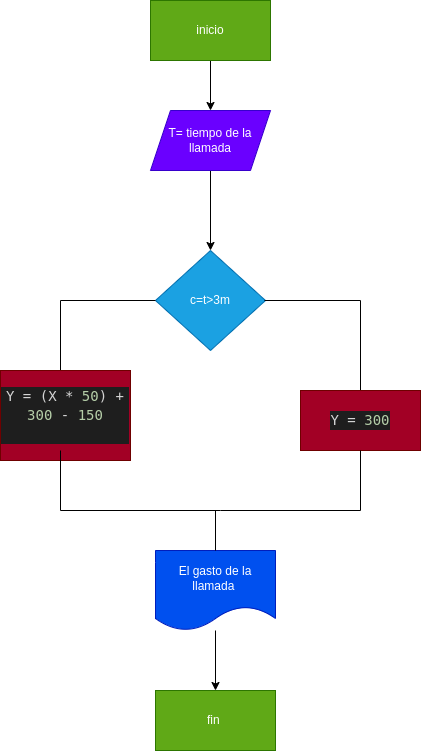
The draw.io diagram diagrama.png in Chalarcanicolas/llamada_telefonica, before a commit. Source tidied: cells renumbered, new cells last; positions are measured from the earlier drawing's top-left corner, leaving out a move shared by most shapes.
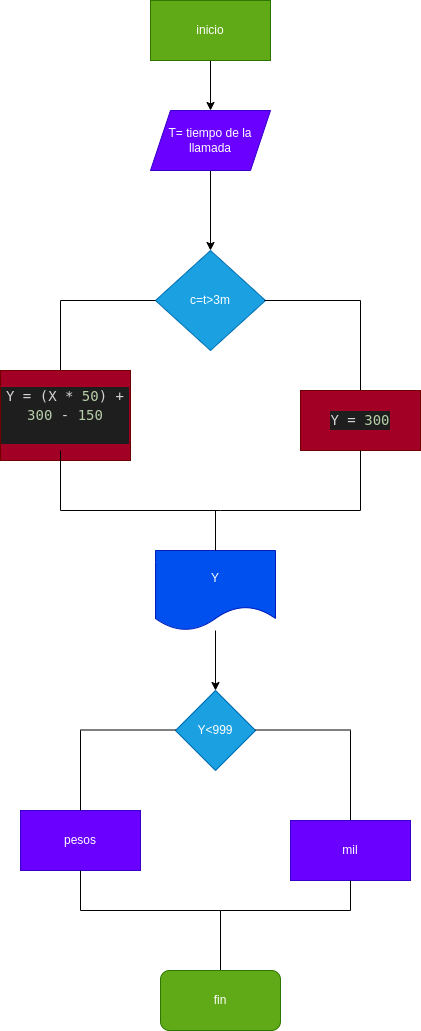
The same diagram one commit later.

Change to the diagram source:
```diff
@@ -51,15 +51,14 @@
     <mxCell id="12" value="&lt;div style=&quot;color: rgb(212, 212, 212); background-color: rgb(30, 30, 30); font-family: &amp;quot;Droid Sans Mono&amp;quot;, &amp;quot;monospace&amp;quot;, monospace; font-size: 14px; line-height: 19px;&quot;&gt;&lt;div style=&quot;line-height: 19px;&quot;&gt;Y = &lt;span style=&quot;color: #b5cea8;&quot;&gt;300&lt;/span&gt;&lt;/div&gt;&lt;/div&gt;" style="rounded=0;whiteSpace=wrap;html=1;fillColor=#a20025;fontColor=#ffffff;strokeColor=#6F0000;" parent="1" vertex="1">
       <mxGeometry x="300" y="390" width="120" height="60" as="geometry" />
     </mxCell>
-    <mxCell id="13" style="edgeStyle=none;html=1;" parent="1" edge="1" source="14" target="15">
-      <mxGeometry relative="1" as="geometry" />
+    <mxCell id="13" style="edgeStyle=none;html=1;" parent="1" edge="1" source="14">
+      <mxGeometry relative="1" as="geometry">
+        <mxPoint x="215" y="690" as="targetPoint" />
+      </mxGeometry>
     </mxCell>
-    <mxCell id="14" value="El gasto de la llamada&amp;nbsp;" style="shape=document;whiteSpace=wrap;html=1;boundedLbl=1;fillColor=#0050ef;fontColor=#ffffff;strokeColor=#001DBC;" parent="1" vertex="1">
+    <mxCell id="14" value="Y" style="shape=document;whiteSpace=wrap;html=1;boundedLbl=1;fillColor=#0050ef;fontColor=#ffffff;strokeColor=#001DBC;" parent="1" vertex="1">
       <mxGeometry x="155" y="550" width="120" height="80" as="geometry" />
     </mxCell>
-    <mxCell id="15" value="fin&amp;nbsp;" style="rounded=0;whiteSpace=wrap;html=1;fillColor=#60a917;fontColor=#ffffff;strokeColor=#2D7600;" parent="1" vertex="1">
-      <mxGeometry x="155" y="690" width="120" height="60" as="geometry" />
-    </mxCell>
     <mxCell id="16" style="endArrow=none;html=1;" parent="1" edge="1">
       <mxGeometry relative="1" as="geometry">
         <mxPoint x="60" y="510" as="sourcePoint" />
@@ -88,5 +87,70 @@
         <mxPoint x="215" y="510" as="targetPoint" />
       </mxGeometry>
     </mxCell>
+    <mxCell id="21" value="Y&amp;lt;999" style="rhombus;whiteSpace=wrap;html=1;fillColor=#1ba1e2;fontColor=#ffffff;strokeColor=#006EAF;" parent="1" vertex="1">
+      <mxGeometry x="175" y="690" width="80" height="80" as="geometry" />
+    </mxCell>
+    <mxCell id="22" style="endArrow=none;html=1;" parent="1" edge="1">
+      <mxGeometry relative="1" as="geometry">
+        <mxPoint x="80" y="729.5" as="sourcePoint" />
+        <mxPoint x="175" y="729.5" as="targetPoint" />
+      </mxGeometry>
+    </mxCell>
+    <mxCell id="23" style="endArrow=none;html=1;" parent="1" edge="1">
+      <mxGeometry relative="1" as="geometry">
+        <mxPoint x="255" y="729.5" as="sourcePoint" />
+        <mxPoint x="350" y="729.5" as="targetPoint" />
+      </mxGeometry>
+    </mxCell>
+    <mxCell id="24" style="endArrow=none;html=1;" parent="1" edge="1">
+      <mxGeometry relative="1" as="geometry">
+        <mxPoint x="350" y="820" as="sourcePoint" />
+        <mxPoint x="350" y="730" as="targetPoint" />
+      </mxGeometry>
+    </mxCell>
+    <mxCell id="25" value="pesos" style="rounded=0;whiteSpace=wrap;html=1;fillColor=#6a00ff;fontColor=#ffffff;strokeColor=#3700CC;" parent="1" vertex="1">
+      <mxGeometry x="20" y="810" width="120" height="60" as="geometry" />
+    </mxCell>
+    <mxCell id="26" style="endArrow=none;html=1;" parent="1" edge="1">
+      <mxGeometry relative="1" as="geometry">
+        <mxPoint x="80" y="810" as="sourcePoint" />
+        <mxPoint x="80" y="730" as="targetPoint" />
+      </mxGeometry>
+    </mxCell>
+    <mxCell id="27" value="mil" style="rounded=0;whiteSpace=wrap;html=1;fillColor=#6a00ff;fontColor=#ffffff;strokeColor=#3700CC;" parent="1" vertex="1">
+      <mxGeometry x="290" y="820" width="120" height="60" as="geometry" />
+    </mxCell>
+    <mxCell id="28" style="endArrow=none;html=1;" parent="1" edge="1">
+      <mxGeometry relative="1" as="geometry">
+        <mxPoint x="350" y="910" as="sourcePoint" />
+        <mxPoint x="350" y="880" as="targetPoint" />
+      </mxGeometry>
+    </mxCell>
+    <mxCell id="29" style="endArrow=none;html=1;" parent="1" edge="1">
+      <mxGeometry relative="1" as="geometry">
+        <mxPoint x="80" y="910" as="sourcePoint" />
+        <mxPoint x="80" y="870" as="targetPoint" />
+      </mxGeometry>
+    </mxCell>
+    <mxCell id="30" style="endArrow=none;html=1;" parent="1" edge="1">
+      <mxGeometry relative="1" as="geometry">
+        <mxPoint x="220" y="910" as="sourcePoint" />
+        <mxPoint x="80" y="910" as="targetPoint" />
+      </mxGeometry>
+    </mxCell>
+    <mxCell id="31" style="endArrow=none;html=1;" parent="1" edge="1">
+      <mxGeometry relative="1" as="geometry">
+        <mxPoint x="220" y="910" as="sourcePoint" />
+        <mxPoint x="350" y="910" as="targetPoint" />
+      </mxGeometry>
+    </mxCell>
+    <mxCell id="32" style="endArrow=none;html=1;" parent="1" edge="1" target="15">
+      <mxGeometry relative="1" as="geometry">
+        <mxPoint x="220" y="910" as="sourcePoint" />
+      </mxGeometry>
+    </mxCell>
+    <mxCell id="15" value="fin" style="rounded=1;whiteSpace=wrap;html=1;fillColor=#60a917;fontColor=#ffffff;strokeColor=#2D7600;" parent="1" vertex="1">
+      <mxGeometry x="160" y="970" width="120" height="60" as="geometry" />
+    </mxCell>
   </root>
 </mxGraphModel>
```
